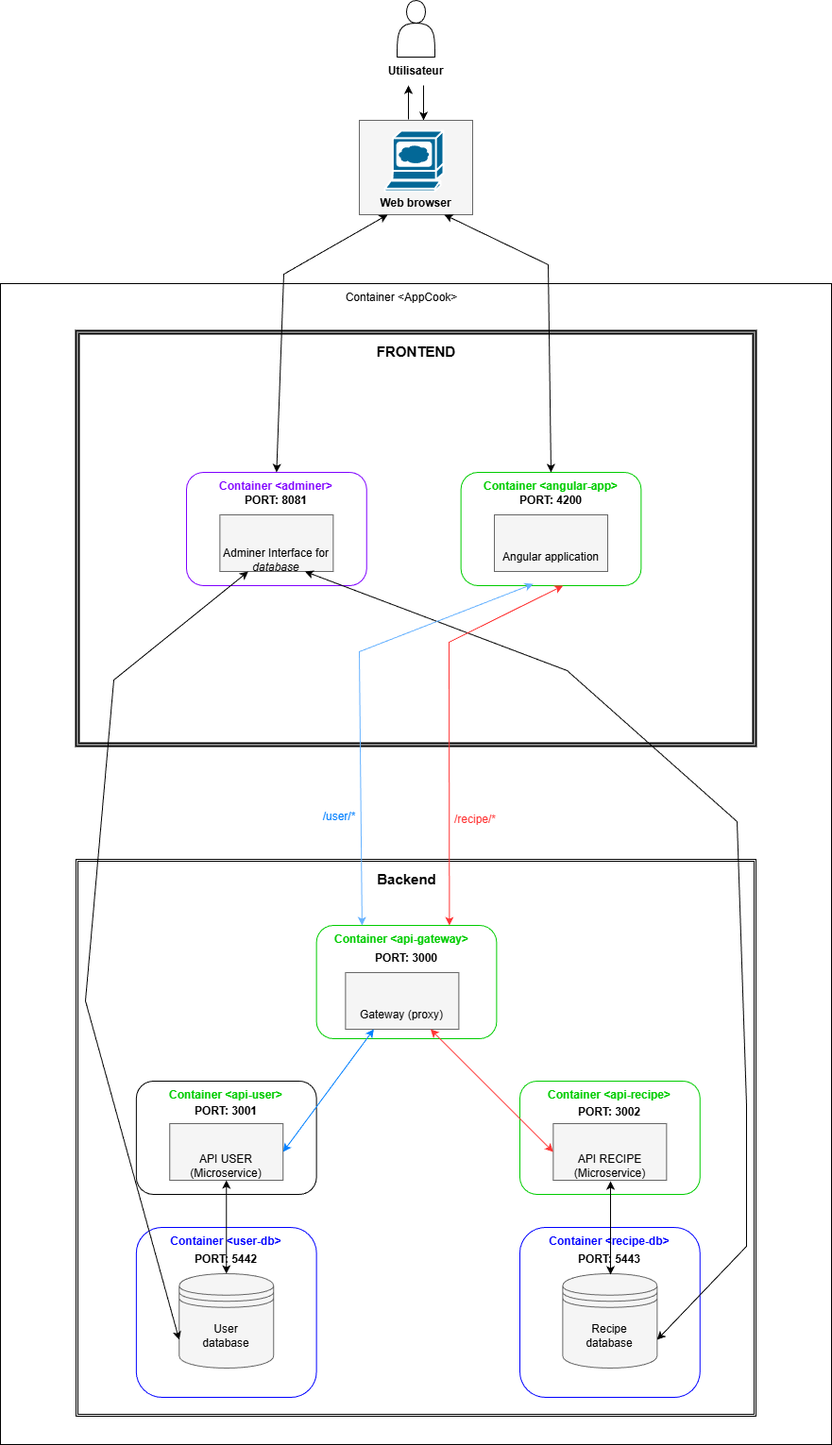
The draw.io diagram doc/Schéma-architecture.drawio.png in AbadieThomasPro/Ynov-FullstackM1_Projet, before a commit. Source tidied: cells renumbered, new cells last; positions are measured from the earlier drawing's top-left corner, leaving out a move shared by most shapes.
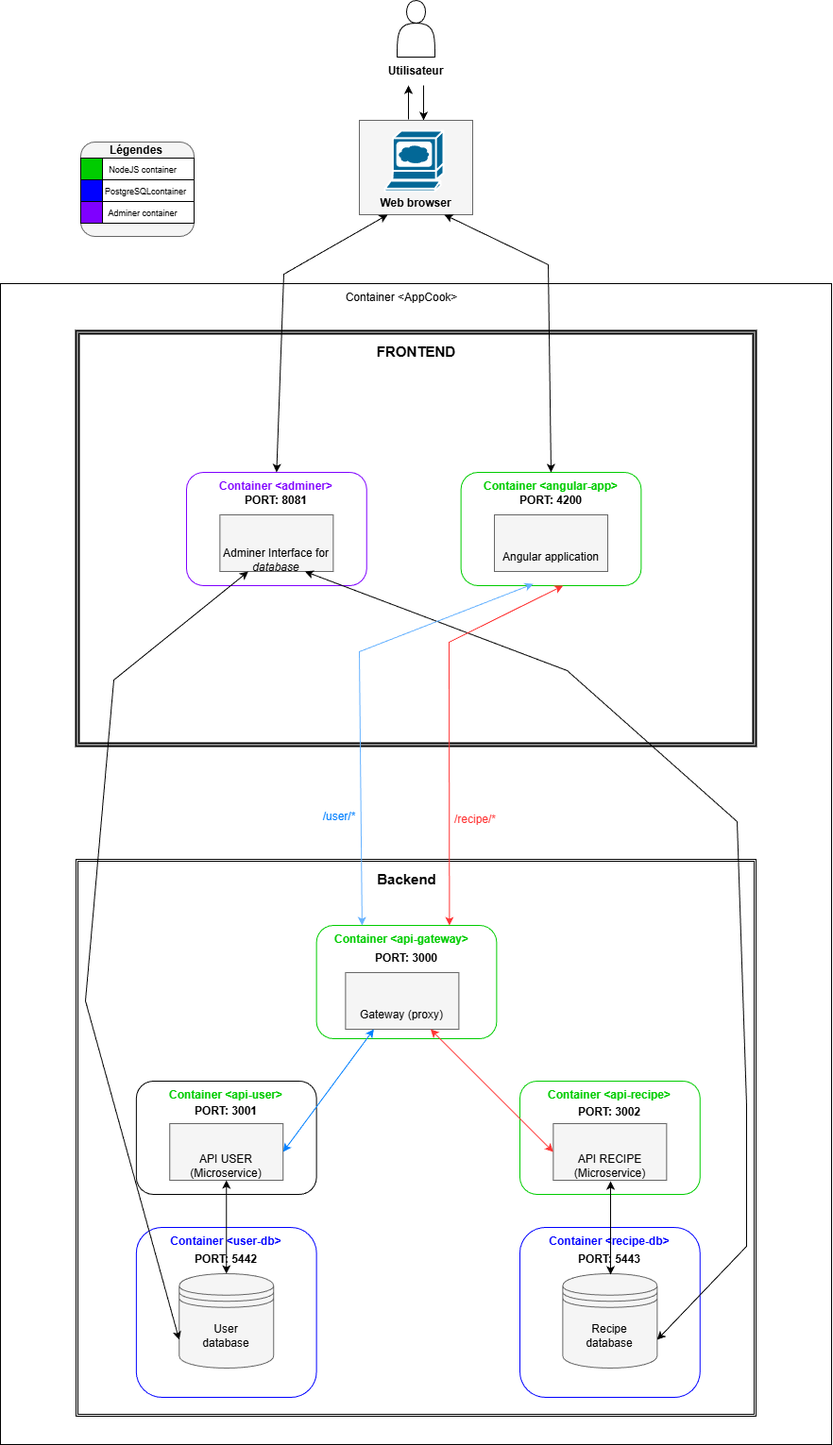
The same diagram one commit later.

Commit message:
UPDATE [README] Changement schéma architecture

Change to the diagram source:
```diff
@@ -224,5 +224,38 @@
         </Array>
       </mxGeometry>
     </mxCell>
+    <mxCell id="63" style="rounded=1;whiteSpace=wrap;html=1;fillColor=#f5f5f5;fontColor=#333333;strokeColor=#666666;" parent="1" vertex="1">
+      <mxGeometry x="85" y="150" width="120" height="100" as="geometry" />
+    </mxCell>
+    <mxCell id="64" style="rounded=0;whiteSpace=wrap;html=1;" parent="1" vertex="1">
+      <mxGeometry x="85" y="167" width="120" height="23" as="geometry" />
+    </mxCell>
+    <mxCell id="65" style="rounded=0;whiteSpace=wrap;html=1;" parent="1" vertex="1">
+      <mxGeometry x="85" y="190" width="120" height="23" as="geometry" />
+    </mxCell>
+    <mxCell id="66" style="rounded=0;whiteSpace=wrap;html=1;" parent="1" vertex="1">
+      <mxGeometry x="85" y="213" width="120" height="23" as="geometry" />
+    </mxCell>
+    <mxCell id="67" value="&lt;b&gt;Légendes&lt;/b&gt;" style="text;html=1;whiteSpace=wrap;strokeColor=none;fillColor=none;align=center;verticalAlign=middle;rounded=0;" parent="1" vertex="1">
+      <mxGeometry x="114" y="144" width="60" height="30" as="geometry" />
+    </mxCell>
+    <mxCell id="68" style="whiteSpace=wrap;html=1;fillColor=#00CC00;" parent="1" vertex="1">
+      <mxGeometry x="85" y="167" width="23" height="23" as="geometry" />
+    </mxCell>
+    <mxCell id="69" style="whiteSpace=wrap;html=1;fillColor=#0000FF;" parent="1" vertex="1">
+      <mxGeometry x="85" y="190" width="23" height="23" as="geometry" />
+    </mxCell>
+    <mxCell id="70" style="whiteSpace=wrap;html=1;fillColor=#7F00FF;" parent="1" vertex="1">
+      <mxGeometry x="85" y="213" width="23" height="23" as="geometry" />
+    </mxCell>
+    <mxCell id="71" value="&lt;font style=&quot;font-size: 9px;&quot;&gt;NodeJS container&lt;/font&gt;" style="text;html=1;whiteSpace=wrap;strokeColor=none;fillColor=none;align=center;verticalAlign=middle;rounded=0;" parent="1" vertex="1">
+      <mxGeometry x="108" y="167" width="86" height="23" as="geometry" />
+    </mxCell>
+    <mxCell id="72" value="&lt;font style=&quot;font-size: 9px;&quot;&gt;Adminer container&lt;/font&gt;" style="text;html=1;whiteSpace=wrap;strokeColor=none;fillColor=none;align=center;verticalAlign=middle;rounded=0;" parent="1" vertex="1">
+      <mxGeometry x="108" y="213" width="86" height="23" as="geometry" />
+    </mxCell>
+    <mxCell id="73" value="&lt;font style=&quot;font-size: 9px;&quot;&gt;PostgreSQLcontainer&lt;/font&gt;" style="text;html=1;whiteSpace=wrap;strokeColor=none;fillColor=none;align=center;verticalAlign=middle;rounded=0;" parent="1" vertex="1">
+      <mxGeometry x="108" y="190" width="92" height="23" as="geometry" />
+    </mxCell>
   </root>
 </mxGraphModel>
```
